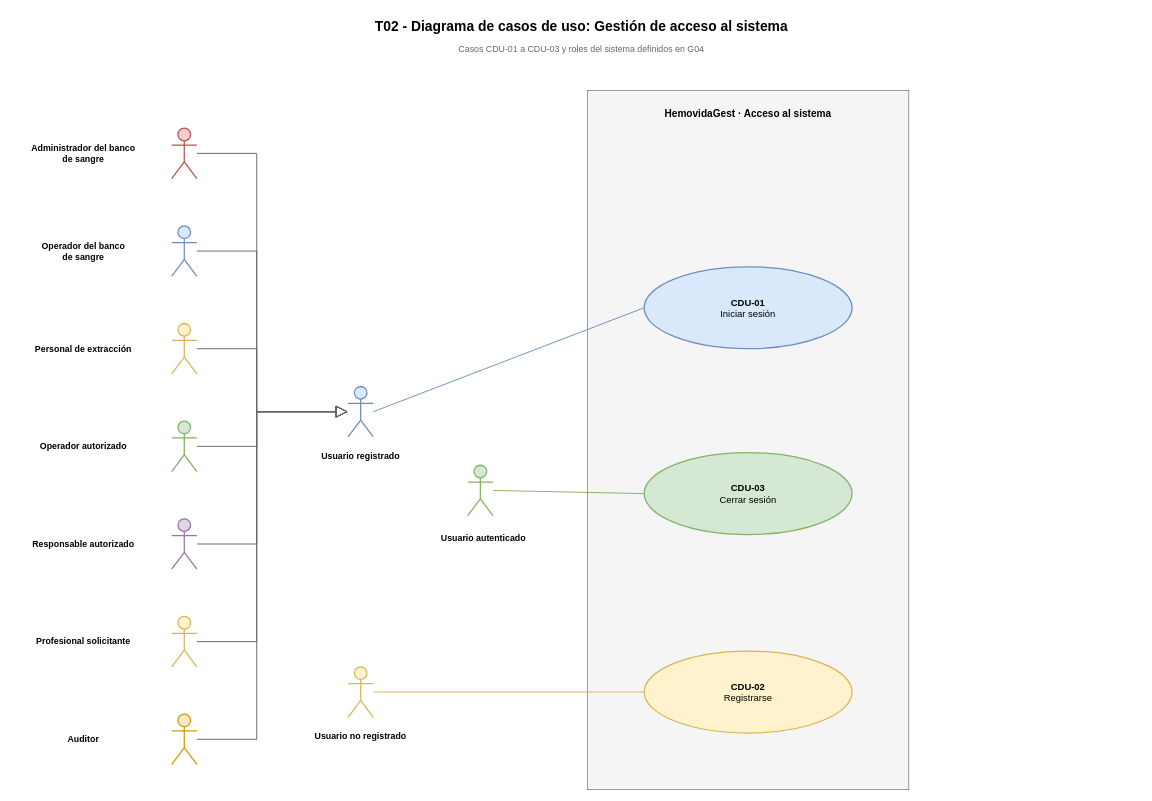
Above: Diagramas/Casos de Uso/T02 - CDU-01 a CDU-03 - Casos de uso.drawio in juanNH/Ingenieria-de-Software (draw.io), before the change. Source tidied: cells renumbered, new cells numbered last; positions are measured from the earlier drawing's top-left corner, leaving out a move shared by most shapes. Both pictures are drawn from the tidied source at 63%, with x=0, y=0 at pixel (11, 13).
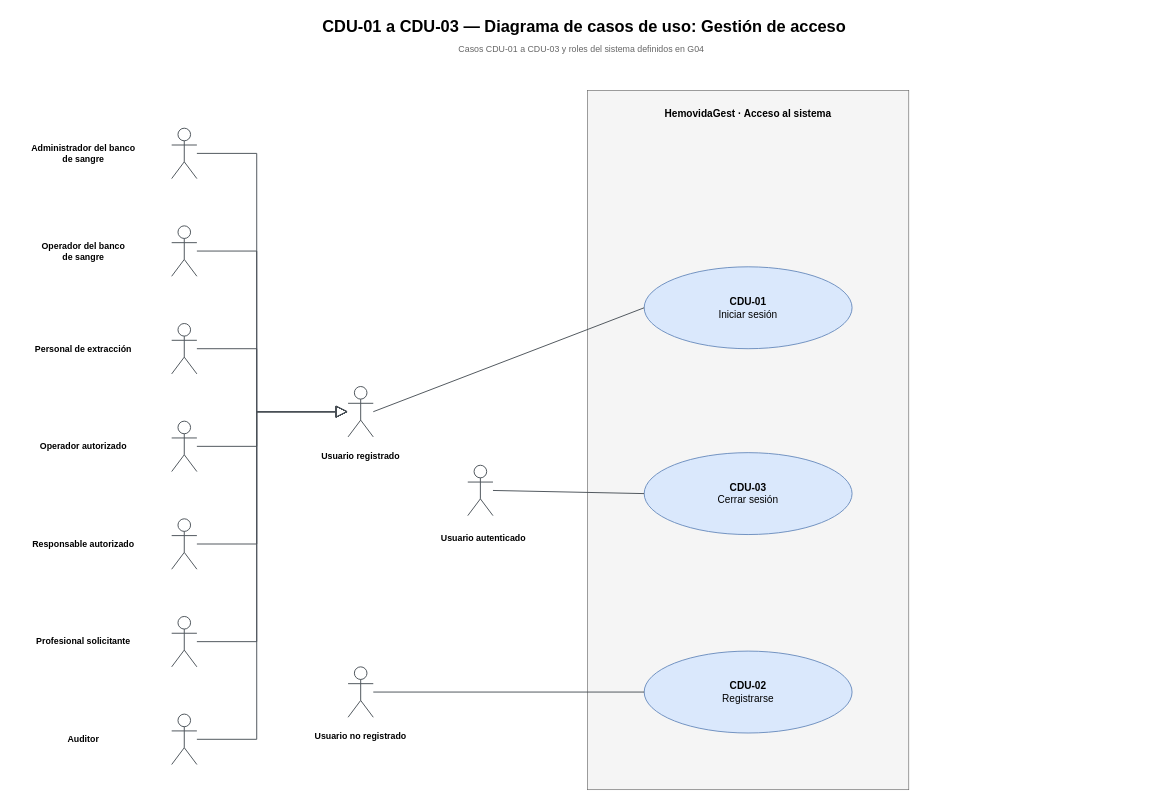
Above is the later version.

The edit, as a diff of the source:
```diff
@@
-    <mxCell id="3" value="T02 - Diagrama de casos de uso: Gestión de acceso al sistema" style="text;html=1;strokeColor=none;fillColor=none;fontStyle=1;fontSize=22;align=center;verticalAlign=middle;fontFamily=Arial;" parent="1" vertex="1">
-      <mxGeometry x="155" width="1500" height="42" as="geometry" />
+    <mxCell id="3" value="CDU-01 a CDU-03 — Diagrama de casos de uso: Gestión de acceso" style="text;html=1;whiteSpace=wrap;strokeColor=none;fillColor=none;fontFamily=Arial;fontSize=26;fontStyle=1;align=center;verticalAlign=middle;" parent="1" vertex="1">
+      <mxGeometry x="25" y="-4" width="1770" height="50" as="geometry" />
     </mxCell>
@@
-    <mxCell id="5" value="&lt;b&gt;CDU-01&lt;/b&gt;&lt;br&gt;Iniciar sesión" style="ellipse;whiteSpace=wrap;html=1;fillColor=#dae8fc;strokeColor=#6c8ebf;strokeWidth=2;fontSize=15;fontFamily=Arial;align=center;verticalAlign=middle;" parent="1" vertex="1">
+    <mxCell id="5" value="&lt;b&gt;CDU-01&lt;/b&gt;&lt;br&gt;Iniciar sesión" style="ellipse;whiteSpace=wrap;html=1;fillColor=#dae8fc;strokeColor=#6c8ebf;strokeWidth=1.5;fontSize=16;fontFamily=Arial;align=center;verticalAlign=middle;" parent="1" vertex="1">
       <mxGeometry x="1005" y="402" width="330" height="130" as="geometry" />
     </mxCell>
-    <mxCell id="6" style="shape=umlActor;html=1;fillColor=#dae8fc;strokeColor=#6c8ebf;strokeWidth=2;" parent="1" vertex="1">
+    <mxCell id="6" style="shape=umlActor;html=1;fillColor=#ffffff;strokeColor=#495057;strokeWidth=1.5;" parent="1" vertex="1">
       <mxGeometry x="535" y="592" width="40" height="80" as="geometry" />
     </mxCell>
@@
-    <mxCell id="8" style="rounded=0;html=1;endArrow=none;startArrow=none;strokeColor=#6c8ebf;strokeWidth=1.5;exitX=1;exitY=0.5;entryX=0;entryY=0.5;" parent="1" edge="1" source="6" target="5">
+    <mxCell id="8" style="rounded=0;html=1;endArrow=none;startArrow=none;strokeColor=#495057;strokeWidth=1.5;exitX=1;exitY=0.5;entryX=0;entryY=0.5;" parent="1" edge="1" source="6" target="5">
       <mxGeometry relative="1" as="geometry" />
     </mxCell>
-    <mxCell id="9" value="&lt;b&gt;CDU-02&lt;/b&gt;&lt;br&gt;Registrarse" style="ellipse;whiteSpace=wrap;html=1;fillColor=#fff2cc;strokeColor=#d6b656;strokeWidth=2;fontSize=15;fontFamily=Arial;align=center;verticalAlign=middle;" parent="1" vertex="1">
+    <mxCell id="9" value="&lt;b&gt;CDU-02&lt;/b&gt;&lt;br&gt;Registrarse" style="ellipse;whiteSpace=wrap;html=1;fillColor=#dae8fc;strokeColor=#6c8ebf;strokeWidth=1.5;fontSize=16;fontFamily=Arial;align=center;verticalAlign=middle;" parent="1" vertex="1">
       <mxGeometry x="1005" y="1012" width="330" height="130" as="geometry" />
     </mxCell>
-    <mxCell id="10" style="shape=umlActor;html=1;fillColor=#fff2cc;strokeColor=#d6b656;strokeWidth=2;" parent="1" vertex="1">
+    <mxCell id="10" style="shape=umlActor;html=1;fillColor=#ffffff;strokeColor=#495057;strokeWidth=1.5;" parent="1" vertex="1">
       <mxGeometry x="535" y="1037" width="40" height="80" as="geometry" />
     </mxCell>
@@
-    <mxCell id="12" style="rounded=0;html=1;endArrow=none;startArrow=none;strokeColor=#d6b656;strokeWidth=1.5;exitX=1;exitY=0.5;entryX=0;entryY=0.5;" parent="1" edge="1" source="10" target="9">
+    <mxCell id="12" style="rounded=0;html=1;endArrow=none;startArrow=none;strokeColor=#495057;strokeWidth=1.5;exitX=1;exitY=0.5;entryX=0;entryY=0.5;" parent="1" edge="1" source="10" target="9">
       <mxGeometry relative="1" as="geometry" />
     </mxCell>
-    <mxCell id="13" value="&lt;b&gt;CDU-03&lt;/b&gt;&lt;br&gt;Cerrar sesión" style="ellipse;whiteSpace=wrap;html=1;fillColor=#d5e8d4;strokeColor=#82b366;strokeWidth=2;fontSize=15;fontFamily=Arial;align=center;verticalAlign=middle;" parent="1" vertex="1">
+    <mxCell id="13" value="&lt;b&gt;CDU-03&lt;/b&gt;&lt;br&gt;Cerrar sesión" style="ellipse;whiteSpace=wrap;html=1;fillColor=#dae8fc;strokeColor=#6c8ebf;strokeWidth=1.5;fontSize=16;fontFamily=Arial;align=center;verticalAlign=middle;" parent="1" vertex="1">
       <mxGeometry x="1005" y="697" width="330" height="130" as="geometry" />
     </mxCell>
-    <mxCell id="14" style="shape=umlActor;html=1;fillColor=#f8cecc;strokeColor=#b85450;strokeWidth=2;" parent="1" vertex="1">
+    <mxCell id="14" style="shape=umlActor;html=1;fillColor=#ffffff;strokeColor=#495057;strokeWidth=1.5;" parent="1" vertex="1">
       <mxGeometry x="255" y="182" width="40" height="80" as="geometry" />
     </mxCell>
@@
-    <mxCell id="16" style="shape=umlActor;html=1;fillColor=#dae8fc;strokeColor=#6c8ebf;strokeWidth=2;" parent="1" vertex="1">
+    <mxCell id="16" style="shape=umlActor;html=1;fillColor=#ffffff;strokeColor=#495057;strokeWidth=1.5;" parent="1" vertex="1">
       <mxGeometry x="255" y="337" width="40" height="80" as="geometry" />
     </mxCell>
@@
-    <mxCell id="18" style="shape=umlActor;html=1;fillColor=#fff2cc;strokeColor=#d6b656;strokeWidth=2;" parent="1" vertex="1">
+    <mxCell id="18" style="shape=umlActor;html=1;fillColor=#ffffff;strokeColor=#495057;strokeWidth=1.5;" parent="1" vertex="1">
       <mxGeometry x="255" y="492" width="40" height="80" as="geometry" />
     </mxCell>
@@
-    <mxCell id="20" style="shape=umlActor;html=1;fillColor=#d5e8d4;strokeColor=#82b366;strokeWidth=2;" parent="1" vertex="1">
+    <mxCell id="20" style="shape=umlActor;html=1;fillColor=#ffffff;strokeColor=#495057;strokeWidth=1.5;" parent="1" vertex="1">
       <mxGeometry x="255" y="647" width="40" height="80" as="geometry" />
     </mxCell>
@@
-    <mxCell id="22" style="shape=umlActor;html=1;fillColor=#e1d5e7;strokeColor=#9673a6;strokeWidth=2;" parent="1" vertex="1">
+    <mxCell id="22" style="shape=umlActor;html=1;fillColor=#ffffff;strokeColor=#495057;strokeWidth=1.5;" parent="1" vertex="1">
       <mxGeometry x="255" y="802" width="40" height="80" as="geometry" />
     </mxCell>
@@
-    <mxCell id="24" style="shape=umlActor;html=1;fillColor=#fff2cc;strokeColor=#d6b656;strokeWidth=2;" parent="1" vertex="1">
+    <mxCell id="24" style="shape=umlActor;html=1;fillColor=#ffffff;strokeColor=#495057;strokeWidth=1.5;" parent="1" vertex="1">
       <mxGeometry x="255" y="957" width="40" height="80" as="geometry" />
     </mxCell>
@@
-    <mxCell id="26" style="shape=umlActor;html=1;fillColor=#ffe6cc;strokeColor=#d79b00;strokeWidth=2;" parent="1" vertex="1">
+    <mxCell id="26" style="shape=umlActor;html=1;fillColor=#ffffff;strokeColor=#495057;strokeWidth=1.5;" parent="1" vertex="1">
       <mxGeometry x="255" y="1112" width="40" height="80" as="geometry" />
     </mxCell>
@@
-    <mxCell id="28" style="rounded=0;html=1;endArrow=none;startArrow=none;strokeColor=#82b366;strokeWidth=1.5;exitX=1;exitY=0.5;entryX=0;entryY=0.5;" parent="1" edge="1" source="36" target="13">
+    <mxCell id="28" style="rounded=0;html=1;endArrow=none;startArrow=none;strokeColor=#495057;strokeWidth=1.5;exitX=1;exitY=0.5;entryX=0;entryY=0.5;" parent="1" edge="1" source="36" target="13">
       <mxGeometry relative="1" as="geometry" />
     </mxCell>
-    <mxCell id="29" style="edgeStyle=none;rounded=0;html=1;endArrow=block;endFill=0;endSize=16;startArrow=none;strokeColor=#666666;strokeWidth=1.5;exitX=1;exitY=0.5;entryX=0;entryY=0.5;" parent="1" edge="1" source="14" target="6">
+    <mxCell id="29" style="edgeStyle=none;rounded=0;html=1;endArrow=block;endFill=0;endSize=16;startArrow=none;strokeColor=#495057;strokeWidth=1.5;exitX=1;exitY=0.5;entryX=0;entryY=0.5;" parent="1" edge="1" source="14" target="6">
       <mxGeometry relative="1" as="geometry">
         <Array as="points">
           <mxPoint x="390" y="222" />
           <mxPoint x="390" y="632" />
         </Array>
       </mxGeometry>
     </mxCell>
-    <mxCell id="30" style="edgeStyle=none;rounded=0;html=1;endArrow=block;endFill=0;endSize=16;startArrow=none;strokeColor=#666666;strokeWidth=1.5;exitX=1;exitY=0.5;entryX=0;entryY=0.5;" parent="1" edge="1" source="16" target="6">
+    <mxCell id="30" style="edgeStyle=none;rounded=0;html=1;endArrow=block;endFill=0;endSize=16;startArrow=none;strokeColor=#495057;strokeWidth=1.5;exitX=1;exitY=0.5;entryX=0;entryY=0.5;" parent="1" edge="1" source="16" target="6">
       <mxGeometry relative="1" as="geometry">
         <Array as="points">
           <mxPoint x="390" y="377" />
           <mxPoint x="390" y="632" />
         </Array>
       </mxGeometry>
     </mxCell>
-    <mxCell id="31" style="edgeStyle=none;rounded=0;html=1;endArrow=block;endFill=0;endSize=16;startArrow=none;strokeColor=#666666;strokeWidth=1.5;exitX=1;exitY=0.5;entryX=0;entryY=0.5;" parent="1" edge="1" source="18" target="6">
+    <mxCell id="31" style="edgeStyle=none;rounded=0;html=1;endArrow=block;endFill=0;endSize=16;startArrow=none;strokeColor=#495057;strokeWidth=1.5;exitX=1;exitY=0.5;entryX=0;entryY=0.5;" parent="1" edge="1" source="18" target="6">
       <mxGeometry relative="1" as="geometry">
         <Array as="points">
           <mxPoint x="390" y="532" />
           <mxPoint x="390" y="632" />
         </Array>
       </mxGeometry>
     </mxCell>
-    <mxCell id="32" style="edgeStyle=none;rounded=0;html=1;endArrow=block;endFill=0;endSize=16;startArrow=none;strokeColor=#666666;strokeWidth=1.5;exitX=1;exitY=0.5;entryX=0;entryY=0.5;" parent="1" edge="1" source="20" target="6">
+    <mxCell id="32" style="edgeStyle=none;rounded=0;html=1;endArrow=block;endFill=0;endSize=16;startArrow=none;strokeColor=#495057;strokeWidth=1.5;exitX=1;exitY=0.5;entryX=0;entryY=0.5;" parent="1" edge="1" source="20" target="6">
       <mxGeometry relative="1" as="geometry">
         <Array as="points">
           <mxPoint x="390" y="687" />
           <mxPoint x="390" y="632" />
         </Array>
       </mxGeometry>
     </mxCell>
-    <mxCell id="33" style="edgeStyle=none;rounded=0;html=1;endArrow=block;endFill=0;endSize=16;startArrow=none;strokeColor=#666666;strokeWidth=1.5;exitX=1;exitY=0.5;entryX=0;entryY=0.5;" parent="1" edge="1" source="22" target="6">
+    <mxCell id="33" style="edgeStyle=none;rounded=0;html=1;endArrow=block;endFill=0;endSize=16;startArrow=none;strokeColor=#495057;strokeWidth=1.5;exitX=1;exitY=0.5;entryX=0;entryY=0.5;" parent="1" edge="1" source="22" target="6">
       <mxGeometry relative="1" as="geometry">
         <Array as="points">
           <mxPoint x="390" y="842" />
           <mxPoint x="390" y="632" />
         </Array>
       </mxGeometry>
     </mxCell>
-    <mxCell id="34" style="edgeStyle=none;rounded=0;html=1;endArrow=block;endFill=0;endSize=16;startArrow=none;strokeColor=#666666;strokeWidth=1.5;exitX=1;exitY=0.5;entryX=0;entryY=0.5;" parent="1" edge="1" source="24" target="6">
+    <mxCell id="34" style="edgeStyle=none;rounded=0;html=1;endArrow=block;endFill=0;endSize=16;startArrow=none;strokeColor=#495057;strokeWidth=1.5;exitX=1;exitY=0.5;entryX=0;entryY=0.5;" parent="1" edge="1" source="24" target="6">
       <mxGeometry relative="1" as="geometry">
         <Array as="points">
           <mxPoint x="390" y="997" />
           <mxPoint x="390" y="632" />
         </Array>
       </mxGeometry>
     </mxCell>
-    <mxCell id="35" style="edgeStyle=none;rounded=0;html=1;endArrow=block;endFill=0;endSize=16;startArrow=none;strokeColor=#666666;strokeWidth=1.5;exitX=1;exitY=0.5;entryX=0;entryY=0.5;" parent="1" edge="1" source="26" target="6">
+    <mxCell id="35" style="edgeStyle=none;rounded=0;html=1;endArrow=block;endFill=0;endSize=16;startArrow=none;strokeColor=#495057;strokeWidth=1.5;exitX=1;exitY=0.5;entryX=0;entryY=0.5;" parent="1" edge="1" source="26" target="6">
       <mxGeometry relative="1" as="geometry">
         <Array as="points">
           <mxPoint x="390" y="1152" />
           <mxPoint x="390" y="632" />
         </Array>
       </mxGeometry>
     </mxCell>
-    <mxCell id="36" style="shape=umlActor;html=1;fillColor=#d5e8d4;strokeColor=#82b366;strokeWidth=2;" parent="1" vertex="1">
+    <mxCell id="36" style="shape=umlActor;html=1;fillColor=#ffffff;strokeColor=#495057;strokeWidth=1.5;" parent="1" vertex="1">
       <mxGeometry x="725" y="717" width="40" height="80" as="geometry" />
     </mxCell>
```
